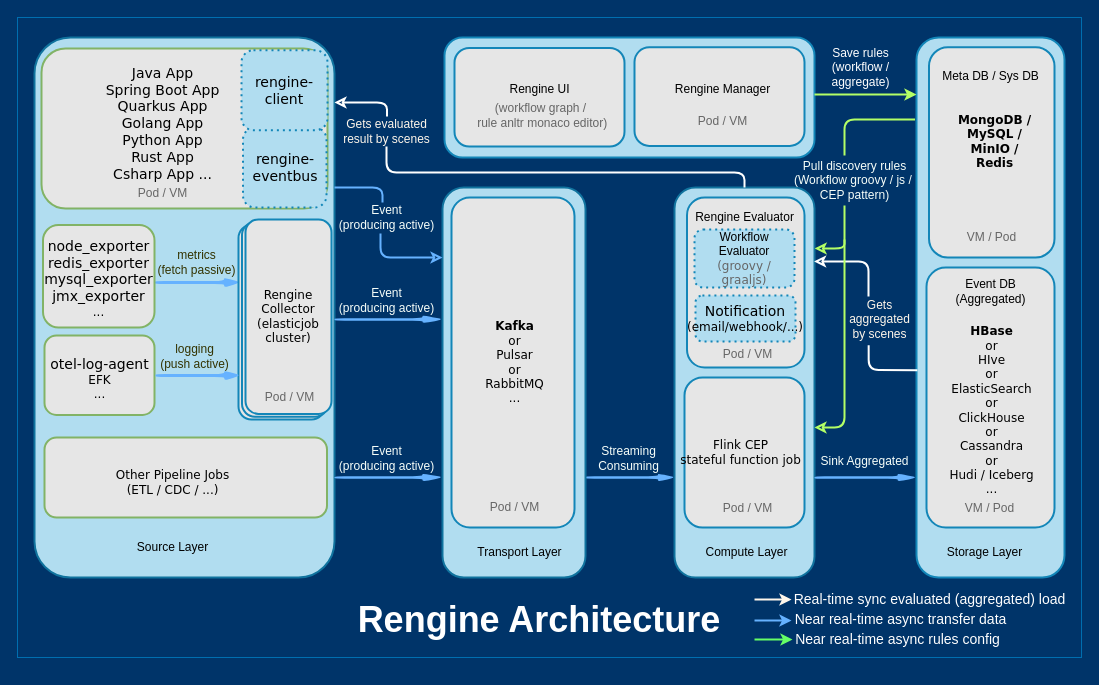
Earlier version of the draw.io diagram docs/shots/architecture.drawio (wl4g/rengine). Source tidied: cells renumbered, new cells numbered last; positions are measured from the earlier drawing's top-left corner, leaving out a move shared by most shapes. Both pictures are drawn from the tidied source at 100%, with x=0, y=0 at pixel (17, 17).
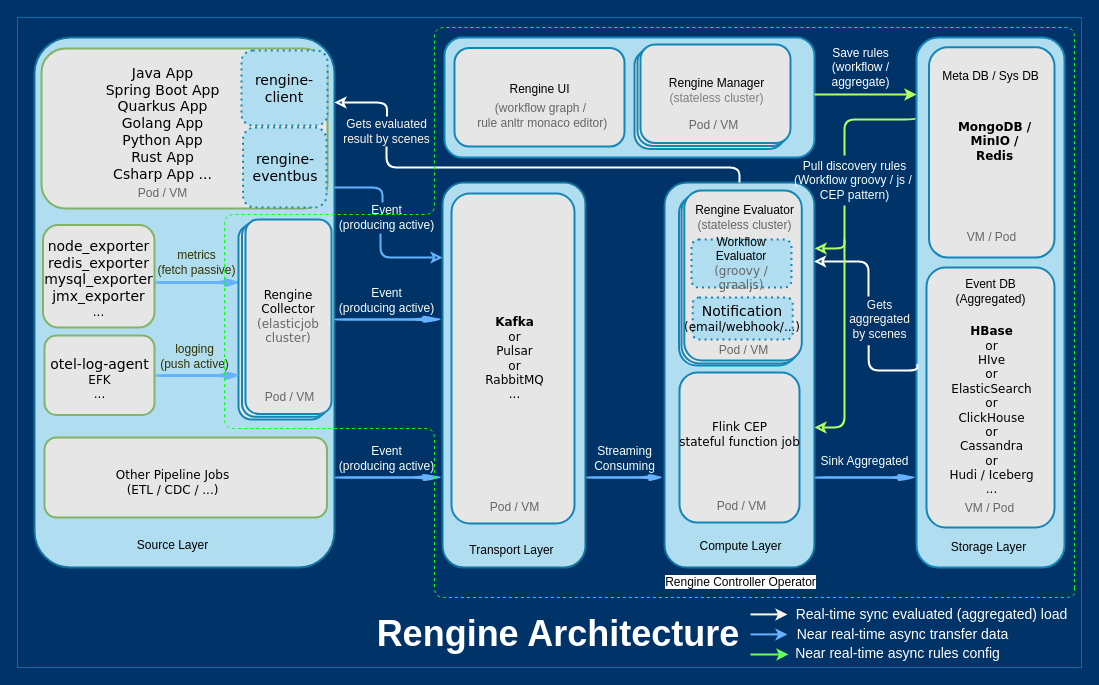
The same page after the edit.

The change refers to these unchanged cells:
```xml
<mxCell id="48" value="&lt;font color=&quot;#fff7eb&quot;&gt;Gets evaluated&lt;br&gt;result by scenes&lt;/font&gt;" style="text;html=1;align=center;verticalAlign=middle;points=[];strokeColor=none;fillColor=none;rounded=1;" parent="1" vertex="1">
  <mxGeometry x="319" y="99" width="100" height="30" as="geometry" />
</mxCell>
```

What changed in the source:
```diff
@@
     <mxCell id="2" style="whiteSpace=wrap;html=1;fillColor=#003469;strokeColor=#006EAF;fontColor=#ffffff;rounded=0;sketch=0;shadow=0;glass=0;" parent="1" vertex="1">
-      <mxGeometry width="1064" height="640" as="geometry" />
+      <mxGeometry width="1064" height="650" as="geometry" />
     </mxCell>
     <mxCell id="3" value="&lt;font color=&quot;#000000&quot;&gt;&lt;br&gt;&lt;/font&gt;" style="whiteSpace=wrap;html=1;strokeColor=#10739e;strokeWidth=2;fillColor=#b1ddf0;fontFamily=Verdana;fontSize=12;glass=0;shadow=0;rounded=1;arcSize=12;imageWidth=24;" parent="1" vertex="1">
-      <mxGeometry x="17" y="20" width="300" height="540" as="geometry" />
+      <mxGeometry x="17" y="20" width="300" height="530" as="geometry" />
     </mxCell>
@@
     <mxCell id="5" value="Rengine Architecture" style="text;html=1;strokeColor=none;fillColor=none;align=center;verticalAlign=middle;whiteSpace=wrap;overflow=hidden;dashed=1;fontSize=36;fontColor=#FFFFFF;fontFamily=Helvetica;fontStyle=1;rounded=1;" parent="1" vertex="1">
-      <mxGeometry x="287" y="577" width="470" height="50" as="geometry" />
+      <mxGeometry x="356" y="591" width="370" height="50" as="geometry" />
     </mxCell>
     <mxCell id="6" style="shape=singleArrow;whiteSpace=wrap;html=1;fillColor=#66B2FF;strokeColor=none;strokeWidth=2;rounded=1;" parent="1" vertex="1">
-      <mxGeometry x="567" y="455.9" width="92" height="8.2" as="geometry" />
+      <mxGeometry x="567" y="455.9" width="80" height="8.2" as="geometry" />
     </mxCell>
@@
     <mxCell id="9" value="&lt;font color=&quot;#f7fffa&quot;&gt;Streaming&lt;br&gt;Consuming&lt;/font&gt;" style="text;html=1;align=center;verticalAlign=middle;strokeColor=none;fillColor=none;dashed=1;rounded=1;" parent="1" vertex="1">
-      <mxGeometry x="571" y="425.9" width="80" height="30" as="geometry" />
+      <mxGeometry x="567" y="425.9" width="80" height="30" as="geometry" />
     </mxCell>
@@
     <mxCell id="14" value="&lt;font color=&quot;#000000&quot;&gt;&lt;font style=&quot;font-size: 14px&quot;&gt;rengine-&lt;br&gt;client&lt;/font&gt;&lt;br&gt;&lt;/font&gt;" style="whiteSpace=wrap;html=1;dashed=1;strokeWidth=2;fontFamily=Verdana;fontSize=12;fillColor=#b1ddf0;strokeColor=#1386B8;dashPattern=1 2;rounded=1;" parent="1" vertex="1">
-      <mxGeometry x="224" y="32.8" width="86" height="79.9" as="geometry" />
+      <mxGeometry x="224" y="33" width="86" height="75" as="geometry" />
     </mxCell>
@@
     <mxCell id="21" style="endArrow=classic;html=1;strokeColor=#66FF66;edgeStyle=orthogonalEdgeStyle;strokeWidth=2;" parent="1" edge="1">
       <mxGeometry relative="1" as="geometry">
-        <mxPoint x="737" y="622" as="sourcePoint" />
-        <mxPoint x="775" y="622" as="targetPoint" />
+        <mxPoint x="733" y="637" as="sourcePoint" />
+        <mxPoint x="771" y="636.9" as="targetPoint" />
         <Array as="points">
-          <mxPoint x="755" y="622" />
-          <mxPoint x="755" y="622" />
+          <mxPoint x="751" y="636.9" />
+          <mxPoint x="751" y="636.9" />
         </Array>
       </mxGeometry>
     </mxCell>
     <mxCell id="22" style="endArrow=classic;html=1;strokeColor=#FFF7EB;edgeStyle=orthogonalEdgeStyle;strokeWidth=2;" parent="1" edge="1">
       <mxGeometry relative="1" as="geometry">
-        <mxPoint x="737" y="582" as="sourcePoint" />
-        <mxPoint x="774" y="582" as="targetPoint" />
+        <mxPoint x="733" y="596.9" as="sourcePoint" />
+        <mxPoint x="770" y="596.9" as="targetPoint" />
         <Array as="points">
-          <mxPoint x="754" y="582" />
-          <mxPoint x="754" y="582" />
+          <mxPoint x="750" y="596.9" />
+          <mxPoint x="750" y="596.9" />
         </Array>
       </mxGeometry>
     </mxCell>
     <mxCell id="23" style="endArrow=classic;html=1;strokeColor=#66B2FF;edgeStyle=orthogonalEdgeStyle;strokeWidth=2;" parent="1" edge="1">
       <mxGeometry relative="1" as="geometry">
-        <mxPoint x="737" y="603" as="sourcePoint" />
-        <mxPoint x="774" y="603" as="targetPoint" />
+        <mxPoint x="733" y="616.9" as="sourcePoint" />
+        <mxPoint x="770" y="616.9" as="targetPoint" />
         <Array as="points">
-          <mxPoint x="754" y="603" />
-          <mxPoint x="754" y="603" />
+          <mxPoint x="757" y="617" />
+          <mxPoint x="757" y="617" />
         </Array>
       </mxGeometry>
     </mxCell>
     <mxCell id="24" value="&lt;font style=&quot;font-size: 14px&quot;&gt;Near real-time async transfer data&lt;/font&gt;" style="text;html=1;align=center;verticalAlign=middle;strokeColor=none;fillColor=none;strokeWidth=2;fontColor=#FFFFFF;rounded=1;" parent="1" vertex="1">
-      <mxGeometry x="768" y="592" width="230" height="20" as="geometry" />
+      <mxGeometry x="770" y="607" width="230" height="20" as="geometry" />
     </mxCell>
     <mxCell id="25" value="&lt;font style=&quot;font-size: 14px&quot;&gt;Real-time sync evaluated (aggregated) load&lt;/font&gt;" style="text;html=1;align=center;verticalAlign=middle;strokeWidth=2;fontColor=#FFFFFF;rounded=1;" parent="1" vertex="1">
-      <mxGeometry x="767" y="572" width="290" height="20" as="geometry" />
+      <mxGeometry x="769" y="587" width="290" height="20" as="geometry" />
     </mxCell>
     <mxCell id="26" value="&lt;font style=&quot;font-size: 14px&quot;&gt;Near real-time async rules config&lt;/font&gt;" style="text;html=1;align=center;verticalAlign=middle;strokeColor=none;fillColor=none;strokeWidth=2;fontColor=#FFFFFF;rounded=1;" parent="1" vertex="1">
-      <mxGeometry x="770" y="612" width="220" height="20" as="geometry" />
+      <mxGeometry x="770" y="626" width="220" height="20" as="geometry" />
     </mxCell>
     <mxCell id="27" value="Source Layer" style="text;html=1;align=center;verticalAlign=middle;strokeColor=none;fillColor=none;rounded=1;" parent="1" vertex="1">
-      <mxGeometry x="109.5" y="520" width="90" height="20" as="geometry" />
+      <mxGeometry x="109.5" y="518" width="90" height="20" as="geometry" />
     </mxCell>
     <mxCell id="28" value="&lt;font color=&quot;#000000&quot;&gt;&lt;br&gt;&lt;/font&gt;" style="whiteSpace=wrap;html=1;strokeColor=#10739e;strokeWidth=2;fillColor=#b1ddf0;fontFamily=Verdana;fontSize=12;rounded=1;" parent="1" vertex="1">
-      <mxGeometry x="657" y="170" width="140" height="390" as="geometry" />
+      <mxGeometry x="647" y="165" width="150" height="385" as="geometry" />
     </mxCell>
     <mxCell id="29" value="&lt;font color=&quot;#000000&quot;&gt;&lt;br&gt;&lt;/font&gt;" style="whiteSpace=wrap;html=1;strokeColor=#1386B8;strokeWidth=2;fillColor=#E6E6E6;fontFamily=Verdana;fontSize=12;fontColor=#00BEF2;rounded=1;" parent="1" vertex="1">
-      <mxGeometry x="667" y="360" width="120" height="150" as="geometry" />
+      <mxGeometry x="662" y="355" width="120" height="150" as="geometry" />
     </mxCell>
     <mxCell id="30" value="&lt;span style=&quot;font-family: &amp;#34;verdana&amp;#34;&quot;&gt;Flink CEP&lt;/span&gt;&lt;br style=&quot;font-family: &amp;#34;verdana&amp;#34;&quot;&gt;&lt;span style=&quot;font-family: &amp;#34;verdana&amp;#34;&quot;&gt;stateful function job&lt;/span&gt;" style="text;html=1;align=center;verticalAlign=middle;strokeColor=none;fillColor=none;rounded=1;" parent="1" vertex="1">
-      <mxGeometry x="668" y="420" width="110" height="30" as="geometry" />
+      <mxGeometry x="667" y="402" width="110" height="30" as="geometry" />
     </mxCell>
     <mxCell id="31" value="Compute Layer" style="text;html=1;strokeColor=none;fillColor=none;align=center;verticalAlign=middle;whiteSpace=wrap;rounded=1;" parent="1" vertex="1">
-      <mxGeometry x="682" y="520" width="95" height="30" as="geometry" />
+      <mxGeometry x="676" y="514" width="95" height="30" as="geometry" />
     </mxCell>
     <mxCell id="32" value="&lt;font color=&quot;#000000&quot;&gt;&lt;br&gt;&lt;/font&gt;" style="whiteSpace=wrap;html=1;strokeColor=#1386B8;strokeWidth=2;fillColor=#b1ddf0;fontFamily=Verdana;fontSize=12;rounded=1;" parent="1" vertex="1">
-      <mxGeometry x="899" y="20" width="148" height="540" as="geometry" />
+      <mxGeometry x="899" y="20" width="148" height="530" as="geometry" />
     </mxCell>
@@
     <mxCell id="35" value="Storage Layer" style="text;html=1;strokeColor=none;fillColor=none;align=center;verticalAlign=middle;whiteSpace=wrap;rounded=1;" parent="1" vertex="1">
-      <mxGeometry x="919.5" y="520" width="95" height="30" as="geometry" />
+      <mxGeometry x="923.5" y="515" width="95" height="30" as="geometry" />
     </mxCell>
     <mxCell id="36" value="&lt;font color=&quot;#000000&quot;&gt;&lt;br&gt;&lt;/font&gt;" style="whiteSpace=wrap;html=1;strokeColor=#10739e;strokeWidth=2;fillColor=#b1ddf0;fontFamily=Verdana;fontSize=12;rounded=1;" parent="1" vertex="1">
-      <mxGeometry x="425" y="170" width="143" height="390" as="geometry" />
+      <mxGeometry x="425" y="165" width="143" height="385" as="geometry" />
     </mxCell>
@@
     <mxCell id="38" value="&lt;font color=&quot;#000000&quot;&gt;&lt;br&gt;&lt;/font&gt;" style="whiteSpace=wrap;html=1;strokeColor=#1386B8;strokeWidth=2;fillColor=#E6E6E6;fontFamily=Verdana;fontSize=12;fontColor=#00BEF2;rounded=1;" parent="1" vertex="1">
-      <mxGeometry x="434" y="180" width="123" height="330" as="geometry" />
+      <mxGeometry x="434" y="176" width="123" height="330" as="geometry" />
     </mxCell>
     <mxCell id="39" value="&lt;span style=&quot;font-family: &amp;#34;verdana&amp;#34;&quot;&gt;&lt;b&gt;Kafka&lt;/b&gt;&lt;/span&gt;&lt;br style=&quot;font-family: &amp;#34;verdana&amp;#34;&quot;&gt;&lt;span style=&quot;font-family: &amp;#34;verdana&amp;#34;&quot;&gt;or&lt;/span&gt;&lt;br style=&quot;font-family: &amp;#34;verdana&amp;#34;&quot;&gt;&lt;span style=&quot;font-family: &amp;#34;verdana&amp;#34;&quot;&gt;Pulsar&lt;/span&gt;&lt;br style=&quot;font-family: &amp;#34;verdana&amp;#34;&quot;&gt;&lt;span style=&quot;font-family: &amp;#34;verdana&amp;#34;&quot;&gt;or&lt;/span&gt;&lt;br style=&quot;font-family: &amp;#34;verdana&amp;#34;&quot;&gt;&lt;span style=&quot;font-family: &amp;#34;verdana&amp;#34;&quot;&gt;RabbitMQ&lt;br&gt;...&lt;/span&gt;" style="text;html=1;align=center;verticalAlign=middle;strokeColor=none;fillColor=none;rounded=1;" parent="1" vertex="1">
-      <mxGeometry x="461.5" y="300" width="70" height="90" as="geometry" />
+      <mxGeometry x="461.5" y="296" width="70" height="90" as="geometry" />
     </mxCell>
     <mxCell id="40" value="Transport Layer" style="text;html=1;strokeColor=none;fillColor=none;align=center;verticalAlign=middle;whiteSpace=wrap;rounded=1;" parent="1" vertex="1">
-      <mxGeometry x="454.5" y="520" width="95" height="30" as="geometry" />
+      <mxGeometry x="446.5" y="518" width="95" height="30" as="geometry" />
     </mxCell>
@@
     <mxCell id="45" value="&lt;font color=&quot;#000000&quot;&gt;&lt;br&gt;&lt;/font&gt;" style="whiteSpace=wrap;html=1;strokeColor=#1386B8;strokeWidth=2;fillColor=#E6E6E6;fontFamily=Verdana;fontSize=12;fontColor=#00BEF2;rounded=1;" parent="1" vertex="1">
-      <mxGeometry x="669.5" y="180" width="117.5" height="170" as="geometry" />
+      <mxGeometry x="661.5" y="178" width="117.5" height="170" as="geometry" />
     </mxCell>
-    <mxCell id="46" value="Rengine Evaluator" style="text;html=1;align=center;verticalAlign=middle;strokeColor=none;fillColor=none;rounded=1;" parent="1" vertex="1">
-      <mxGeometry x="672" y="190" width="110" height="20" as="geometry" />
-    </mxCell>
@@
     <mxCell id="49" style="endArrow=none;html=1;strokeColor=#FFFFFF;strokeWidth=2;edgeStyle=orthogonalEdgeStyle;startArrow=none;startFill=0;endFill=0;exitX=0.5;exitY=0;exitDx=0;exitDy=0;" parent="1" edge="1" source="28" target="48">
       <mxGeometry relative="1" as="geometry">
         <Array as="points">
-          <mxPoint x="727" y="155" />
+          <mxPoint x="722" y="150" />
+          <mxPoint x="369" y="150" />
         </Array>
       </mxGeometry>
     </mxCell>
@@
-    <mxCell id="53" value="&lt;font color=&quot;#000000&quot;&gt;&lt;span style=&quot;font-size: 14px&quot;&gt;Notification&lt;br&gt;&lt;/span&gt;(email/webhook/...)&lt;br&gt;&lt;/font&gt;" style="whiteSpace=wrap;html=1;dashed=1;strokeWidth=2;fontFamily=Verdana;fontSize=12;fillColor=#b1ddf0;strokeColor=#1386B8;rounded=1;dashPattern=1 2;" parent="1" vertex="1">
-      <mxGeometry x="678" y="278" width="100" height="46" as="geometry" />
-    </mxCell>
-    <mxCell id="54" value="&lt;span style=&quot;font-family: &amp;#34;helvetica&amp;#34;&quot;&gt;Workflow&lt;br&gt;Evaluator&lt;br&gt;&lt;/span&gt;&lt;font color=&quot;#666666&quot;&gt;(groovy / graaljs)&lt;/font&gt;" style="whiteSpace=wrap;html=1;dashed=1;strokeWidth=2;fontFamily=Verdana;fontSize=12;fillColor=#b1ddf0;strokeColor=#1386B8;rounded=1;dashPattern=1 2;" parent="1" vertex="1">
-      <mxGeometry x="677" y="212" width="100" height="58" as="geometry" />
-    </mxCell>
@@
-    <mxCell id="56" value="&lt;font face=&quot;verdana&quot;&gt;&lt;b&gt;MongoDB / &lt;/b&gt;&lt;br&gt;&lt;b&gt;MySQL /&lt;/b&gt;&lt;br&gt;&lt;b&gt;MinIO /&lt;br&gt;Redis&lt;/b&gt;&lt;br&gt;&lt;/font&gt;" style="text;html=1;align=center;verticalAlign=middle;strokeColor=none;fillColor=none;rounded=1;" parent="1" vertex="1">
-      <mxGeometry x="941.5" y="93.9" width="70" height="60" as="geometry" />
+    <mxCell id="56" value="&lt;font face=&quot;verdana&quot;&gt;&lt;b&gt;MongoDB / &lt;/b&gt;&lt;br&gt;&lt;b&gt;MinIO /&lt;br&gt;Redis&lt;/b&gt;&lt;br&gt;&lt;/font&gt;" style="text;html=1;align=center;verticalAlign=middle;strokeColor=none;fillColor=none;rounded=1;" parent="1" vertex="1">
+      <mxGeometry x="941.5" y="98.9" width="70" height="50" as="geometry" />
     </mxCell>
@@
     <mxCell id="70" value="&lt;font color=&quot;#000000&quot;&gt;&lt;br&gt;&lt;/font&gt;" style="whiteSpace=wrap;html=1;strokeColor=#1386B8;strokeWidth=2;fillColor=#E6E6E6;fontFamily=Verdana;fontSize=12;fontColor=#00BEF2;rounded=1;" parent="1" vertex="1">
-      <mxGeometry x="617" y="29.8" width="170" height="98.6" as="geometry" />
+      <mxGeometry x="617" y="32.8" width="150" height="98.6" as="geometry" />
     </mxCell>
@@
-    <mxCell id="72" value="Rengine Manager" style="text;html=1;align=center;verticalAlign=middle;strokeColor=none;fillColor=none;rounded=1;" parent="1" vertex="1">
-      <mxGeometry x="649.5" y="61.7" width="110" height="20" as="geometry" />
-    </mxCell>
@@
-    <mxCell id="77" value="&lt;font color=&quot;#666666&quot;&gt;Pod / VM&lt;/font&gt;" style="text;html=1;align=center;verticalAlign=middle;strokeColor=none;fillColor=none;" parent="1" vertex="1">
-      <mxGeometry x="674.5" y="93.9" width="60" height="20" as="geometry" />
-    </mxCell>
@@
     <mxCell id="79" value="&lt;font color=&quot;#666666&quot;&gt;Pod / VM&lt;/font&gt;" style="text;html=1;align=center;verticalAlign=middle;strokeColor=none;fillColor=none;" parent="1" vertex="1">
-      <mxGeometry x="699.5" y="481" width="60" height="20" as="geometry" />
+      <mxGeometry x="693.5" y="479" width="60" height="20" as="geometry" />
     </mxCell>
@@
-    <mxCell id="82" value="&lt;font color=&quot;#666666&quot;&gt;Pod / VM&lt;/font&gt;" style="text;html=1;align=center;verticalAlign=middle;strokeColor=none;fillColor=none;" parent="1" vertex="1">
-      <mxGeometry x="699.5" y="326.9" width="60" height="20" as="geometry" />
-    </mxCell>
@@
-    <mxCell id="84" value="&lt;font color=&quot;#000000&quot;&gt;Rengine Collector&lt;br&gt;(elasticjob &lt;br&gt;&lt;/font&gt;&lt;span style=&quot;color: rgb(0 , 0 , 0)&quot;&gt;cluster&lt;/span&gt;&lt;font color=&quot;#000000&quot;&gt;)&lt;br&gt;&lt;/font&gt;" style="whiteSpace=wrap;html=1;strokeColor=#1386B8;strokeWidth=2;fillColor=#E6E6E6;fontFamily=Verdana;fontSize=12;fontColor=#00BEF2;rounded=1;" parent="1" vertex="1">
+    <mxCell id="84" value="&lt;font color=&quot;#000000&quot;&gt;Rengine Collector&lt;/font&gt;&lt;br&gt;&lt;font color=&quot;#666666&quot;&gt;(elasticjob &lt;br&gt;cluster)&lt;/font&gt;" style="whiteSpace=wrap;html=1;strokeColor=#1386B8;strokeWidth=2;fillColor=#E6E6E6;fontFamily=Verdana;fontSize=12;fontColor=#00BEF2;rounded=1;" parent="1" vertex="1">
       <mxGeometry x="228" y="201.9" width="86" height="194.5" as="geometry" />
     </mxCell>
@@
+    <mxCell id="86" value="&lt;font color=&quot;#000000&quot;&gt;&lt;br&gt;&lt;/font&gt;" style="whiteSpace=wrap;html=1;strokeColor=#1386B8;strokeWidth=2;fillColor=#E6E6E6;fontFamily=Verdana;fontSize=12;fontColor=#00BEF2;rounded=1;" parent="1" vertex="1">
+      <mxGeometry x="620" y="29.8" width="150" height="98.6" as="geometry" />
+    </mxCell>
+    <mxCell id="87" value="&lt;font color=&quot;#000000&quot;&gt;&lt;br&gt;&lt;/font&gt;" style="whiteSpace=wrap;html=1;strokeColor=#1386B8;strokeWidth=2;fillColor=#E6E6E6;fontFamily=Verdana;fontSize=12;fontColor=#00BEF2;rounded=1;" parent="1" vertex="1">
+      <mxGeometry x="623" y="27" width="150" height="98.6" as="geometry" />
+    </mxCell>
+    <mxCell id="88" value="Rengine Manager&lt;br&gt;&lt;font color=&quot;#808080&quot;&gt;(stateless cluster)&lt;/font&gt;" style="text;html=1;align=center;verticalAlign=middle;strokeColor=none;fillColor=none;rounded=1;" parent="1" vertex="1">
+      <mxGeometry x="644" y="57.9" width="110" height="30" as="geometry" />
+    </mxCell>
+    <mxCell id="89" value="&lt;font color=&quot;#666666&quot;&gt;Pod / VM&lt;/font&gt;" style="text;html=1;align=center;verticalAlign=middle;strokeColor=none;fillColor=none;" parent="1" vertex="1">
+      <mxGeometry x="666" y="98.2" width="60" height="20" as="geometry" />
+    </mxCell>
+    <mxCell id="90" value="&lt;font color=&quot;#000000&quot;&gt;&lt;br&gt;&lt;/font&gt;" style="whiteSpace=wrap;html=1;strokeColor=#1386B8;strokeWidth=2;fillColor=#E6E6E6;fontFamily=Verdana;fontSize=12;fontColor=#00BEF2;rounded=1;" parent="1" vertex="1">
+      <mxGeometry x="664" y="175.9" width="117.5" height="170" as="geometry" />
+    </mxCell>
+    <mxCell id="91" value="&lt;font color=&quot;#000000&quot;&gt;&lt;br&gt;&lt;/font&gt;" style="whiteSpace=wrap;html=1;strokeColor=#1386B8;strokeWidth=2;fillColor=#E6E6E6;fontFamily=Verdana;fontSize=12;fontColor=#00BEF2;rounded=1;" parent="1" vertex="1">
+      <mxGeometry x="666.8" y="173" width="117.5" height="170" as="geometry" />
+    </mxCell>
+    <mxCell id="92" value="Rengine Evaluator&lt;br&gt;&lt;font color=&quot;#666666&quot;&gt;(stateless cluster)&lt;/font&gt;" style="text;html=1;align=center;verticalAlign=middle;strokeColor=none;fillColor=none;rounded=1;" parent="1" vertex="1">
+      <mxGeometry x="672.2" y="185" width="110" height="30" as="geometry" />
+    </mxCell>
+    <mxCell id="53" value="&lt;font color=&quot;#000000&quot;&gt;&lt;span style=&quot;font-size: 14px&quot;&gt;Notification&lt;br&gt;&lt;/span&gt;(email/webhook/...)&lt;br&gt;&lt;/font&gt;" style="whiteSpace=wrap;html=1;dashed=1;strokeWidth=2;fontFamily=Verdana;fontSize=12;fillColor=#b1ddf0;strokeColor=#1386B8;rounded=1;dashPattern=1 2;" parent="1" vertex="1">
+      <mxGeometry x="675.2" y="280" width="100" height="42" as="geometry" />
+    </mxCell>
+    <mxCell id="54" value="&lt;span style=&quot;font-family: &amp;#34;helvetica&amp;#34;&quot;&gt;Workflow&lt;br&gt;Evaluator&lt;br&gt;&lt;/span&gt;&lt;font color=&quot;#666666&quot;&gt;(groovy / graaljs)&lt;/font&gt;" style="whiteSpace=wrap;html=1;dashed=1;strokeWidth=2;fontFamily=Verdana;fontSize=12;fillColor=#b1ddf0;strokeColor=#1386B8;rounded=1;dashPattern=1 2;" parent="1" vertex="1">
+      <mxGeometry x="674" y="222.1" width="100" height="48" as="geometry" />
+    </mxCell>
+    <mxCell id="93" value="&lt;font color=&quot;#666666&quot;&gt;Pod / VM&lt;/font&gt;" style="text;html=1;align=center;verticalAlign=middle;strokeColor=none;fillColor=none;" parent="1" vertex="1">
+      <mxGeometry x="695.8" y="322.9" width="60" height="20" as="geometry" />
+    </mxCell>
+    <mxCell id="94" style="endArrow=none;html=1;rounded=1;edgeStyle=orthogonalEdgeStyle;fontStyle=0;fillColor=#ffff88;strokeColor=#08FF10;dashed=1;" parent="1" edge="1">
+      <mxGeometry relative="1" as="geometry">
+        <mxPoint x="1057" y="570" as="sourcePoint" />
+        <mxPoint x="1057" y="570" as="targetPoint" />
+        <Array as="points">
+          <mxPoint x="1057" y="580" />
+          <mxPoint x="417" y="580" />
+          <mxPoint x="417" y="411" />
+          <mxPoint x="207" y="411" />
+          <mxPoint x="207" y="197" />
+          <mxPoint x="417" y="197" />
+          <mxPoint x="417" y="10" />
+          <mxPoint x="1057" y="10" />
+        </Array>
+      </mxGeometry>
+    </mxCell>
+    <mxCell id="95" value="&lt;span style=&quot;background-color: rgb(255 , 255 , 255)&quot;&gt;Rengine Controller Operator&lt;/span&gt;" style="text;html=1;strokeColor=none;fillColor=none;align=center;verticalAlign=middle;whiteSpace=wrap;rounded=0;" parent="1" vertex="1">
+      <mxGeometry x="640.5" y="555" width="165" height="20" as="geometry" />
+    </mxCell>
```
